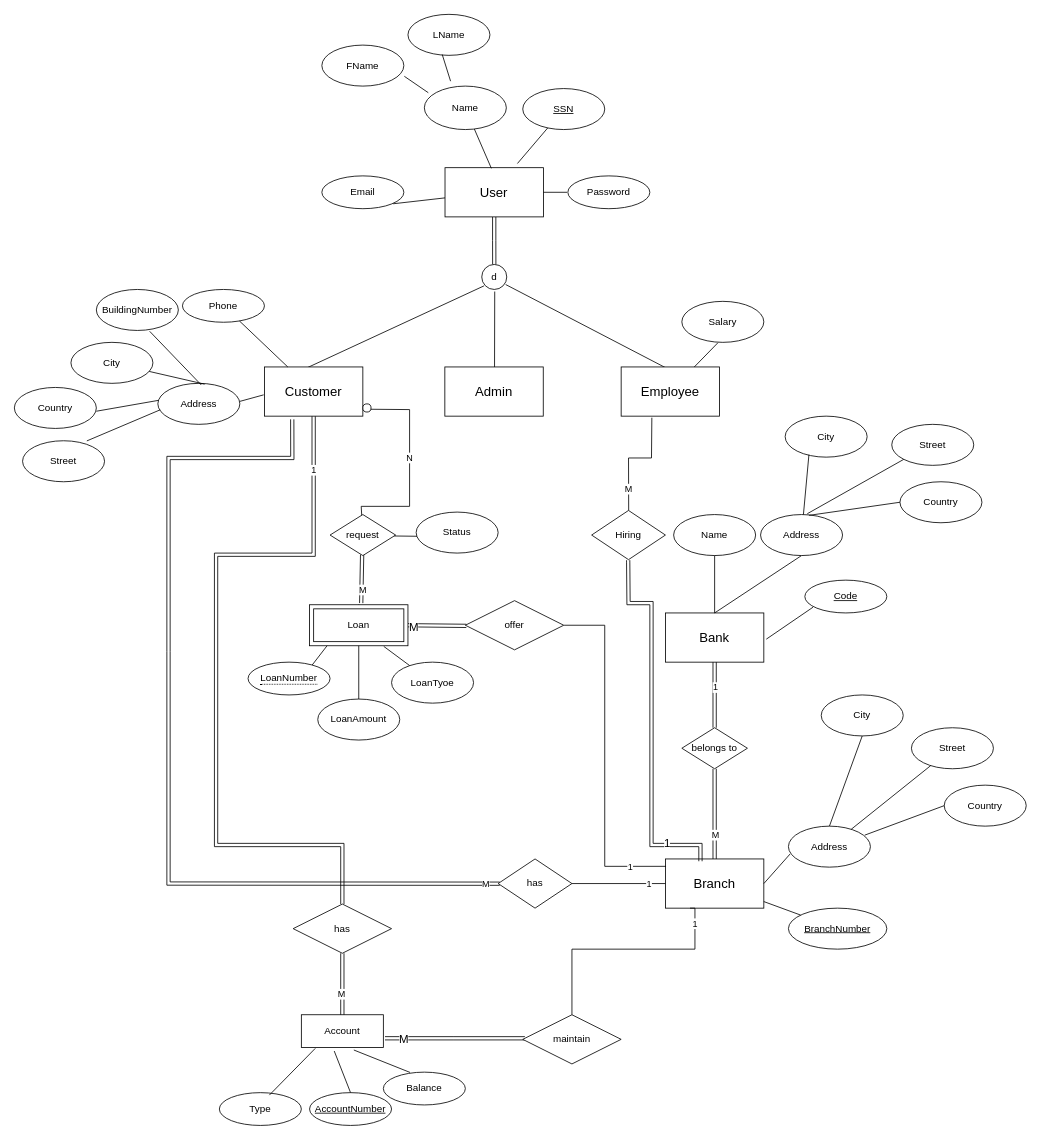
Before: ERD/ERD.drawio in 3omarrabi3/Bank-App-Database, a draw.io diagram. Source tidied: cells renumbered, new cells numbered last; positions are measured from the earlier drawing's top-left corner, leaving out a move shared by most shapes. Both pictures are drawn from the tidied source at 82%, with x=0, y=0 at pixel (14, 14).
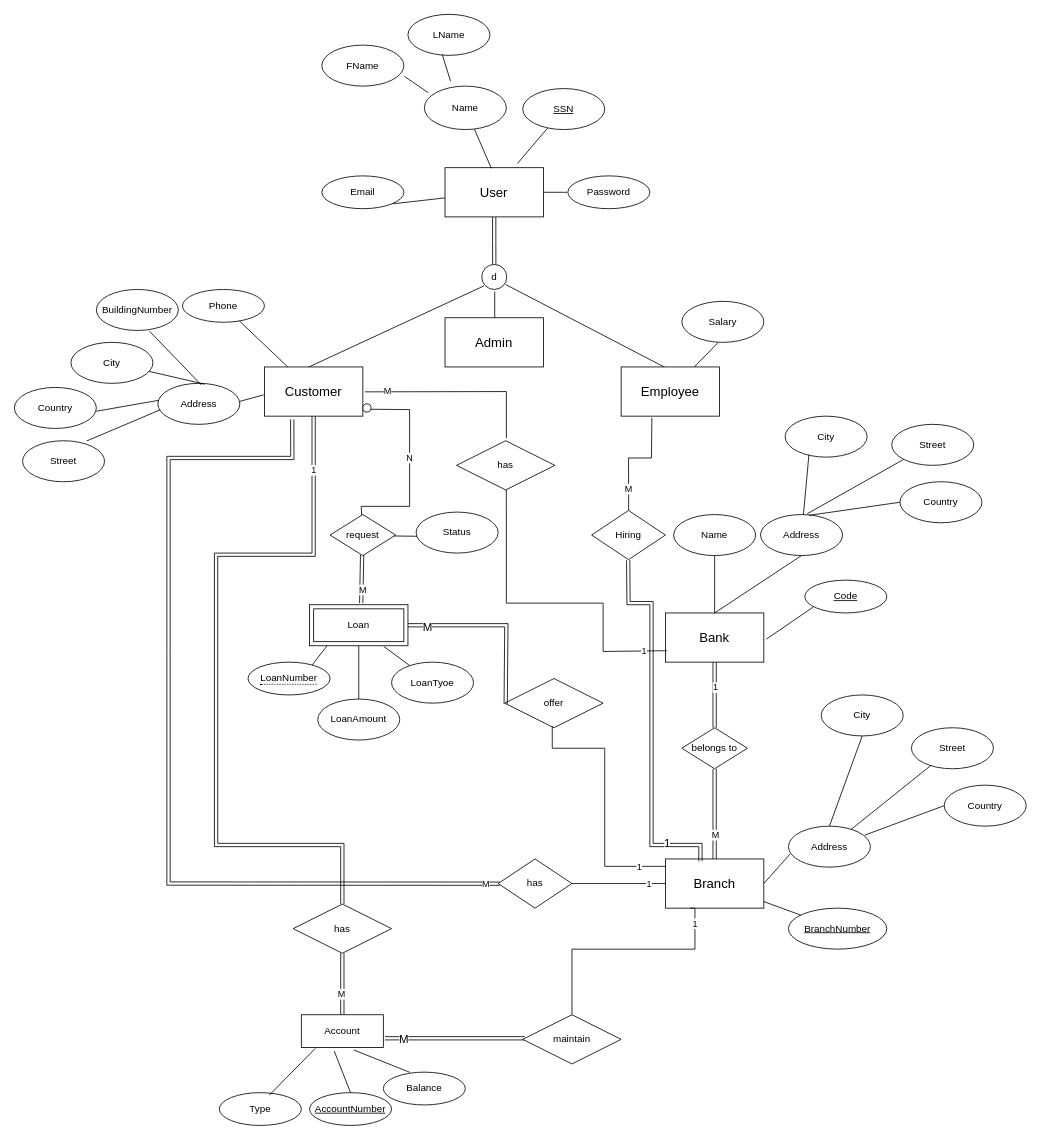
Above is the later version.

Unchanged cells that the change refers to:
```xml
<mxCell id="2" value="&lt;font size=&quot;3&quot;&gt;Bank&lt;/font&gt;" style="rounded=0;whiteSpace=wrap;html=1;" parent="1" vertex="1">
  <mxGeometry x="794" y="730" width="120" height="60" as="geometry" />
</mxCell>
<mxCell id="13" value="&lt;font size=&quot;3&quot;&gt;Branch&lt;/font&gt;" style="rounded=0;whiteSpace=wrap;html=1;" parent="1" vertex="1">
  <mxGeometry x="794" y="1030" width="120" height="60" as="geometry" />
</mxCell>
<mxCell id="61" value="Loan" style="shape=ext;margin=3;double=1;whiteSpace=wrap;html=1;align=center;" parent="1" vertex="1">
  <mxGeometry x="360" y="720" width="120" height="50" as="geometry" />
</mxCell>
<mxCell id="68" value="&lt;font size=&quot;3&quot;&gt;Customer&lt;/font&gt;" style="rounded=0;whiteSpace=wrap;html=1;" parent="1" vertex="1">
  <mxGeometry x="305" y="430" width="120" height="60" as="geometry" />
</mxCell>
```

Diff of the diagram source:
```diff
@@
     <mxCell id="40" value="offer" style="shape=rhombus;perimeter=rhombusPerimeter;whiteSpace=wrap;html=1;align=center;" parent="1" vertex="1">
-      <mxGeometry x="550" y="715" width="120" height="60" as="geometry" />
+      <mxGeometry x="598" y="810" width="120" height="60" as="geometry" />
     </mxCell>
     <mxCell id="41" style="endArrow=none;html=1;rounded=0;exitX=1;exitY=0.5;exitDx=0;exitDy=0;shape=link;entryX=0.01;entryY=0.513;entryDx=0;entryDy=0;entryPerimeter=0;" parent="1" edge="1" source="61" target="40">
-      <mxGeometry relative="1" as="geometry" />
+      <mxGeometry relative="1" as="geometry">
+        <Array as="points">
+          <mxPoint x="600" y="745" />
+        </Array>
+      </mxGeometry>
     </mxCell>
@@
     <mxCell id="69" value="&lt;font size=&quot;3&quot;&gt;Admin&lt;/font&gt;" style="rounded=0;whiteSpace=wrap;html=1;" parent="1" vertex="1">
-      <mxGeometry x="525" y="430" width="120" height="60" as="geometry" />
+      <mxGeometry x="525.2" y="370" width="120" height="60" as="geometry" />
     </mxCell>
@@
-    <mxCell id="99" style="endArrow=none;html=1;rounded=0;exitX=0.006;exitY=0.15;exitDx=0;exitDy=0;exitPerimeter=0;entryX=1.003;entryY=0.5;entryDx=0;entryDy=0;entryPerimeter=0;" parent="1" edge="1" source="13" target="40">
+    <mxCell id="99" style="endArrow=none;html=1;rounded=0;exitX=0.006;exitY=0.15;exitDx=0;exitDy=0;exitPerimeter=0;entryX=0.483;entryY=0.967;entryDx=0;entryDy=0;entryPerimeter=0;" parent="1" edge="1" source="13" target="40">
       <mxGeometry relative="1" as="geometry">
         <Array as="points">
           <mxPoint x="720" y="1039" />
-          <mxPoint x="720" y="745" />
+          <mxPoint x="720" y="895" />
+          <mxPoint x="656" y="895" />
         </Array>
       </mxGeometry>
     </mxCell>
@@
+    <mxCell id="113" style="endArrow=none;html=1;rounded=0;entryX=1.021;entryY=0.506;entryDx=0;entryDy=0;entryPerimeter=0;exitX=0.507;exitY=-0.052;exitDx=0;exitDy=0;exitPerimeter=0;" parent="1" edge="1" source="117" target="68">
+      <mxGeometry relative="1" as="geometry">
+        <Array as="points">
+          <mxPoint x="600" y="460" />
+        </Array>
+      </mxGeometry>
+    </mxCell>
+    <mxCell id="114" value="M" style="edgeLabel;html=1;align=center;verticalAlign=middle;" parent="113" vertex="1">
+      <mxGeometry x="0.76" y="-2" relative="1" as="geometry">
+        <mxPoint y="1" as="offset" />
+      </mxGeometry>
+    </mxCell>
+    <mxCell id="115" style="endArrow=none;html=1;rounded=0;entryX=0.506;entryY=0.999;entryDx=0;entryDy=0;entryPerimeter=0;exitX=0.017;exitY=0.767;exitDx=0;exitDy=0;exitPerimeter=0;" parent="1" edge="1" source="2" target="117">
+      <mxGeometry relative="1" as="geometry">
+        <Array as="points">
+          <mxPoint x="718" y="777" />
+          <mxPoint x="718" y="718" />
+          <mxPoint x="600" y="718" />
+          <mxPoint x="600" y="600" />
+        </Array>
+      </mxGeometry>
+    </mxCell>
+    <mxCell id="116" value="1" style="edgeLabel;html=1;align=center;verticalAlign=middle;" parent="115" vertex="1">
+      <mxGeometry x="-0.85" y="2" relative="1" as="geometry">
+        <mxPoint y="-2" as="offset" />
+      </mxGeometry>
+    </mxCell>
+    <mxCell id="117" value="has" style="shape=rhombus;perimeter=rhombusPerimeter;whiteSpace=wrap;html=1;align=center;" parent="1" vertex="1">
+      <mxGeometry x="539.2" y="520" width="120" height="60" as="geometry" />
+    </mxCell>
```
